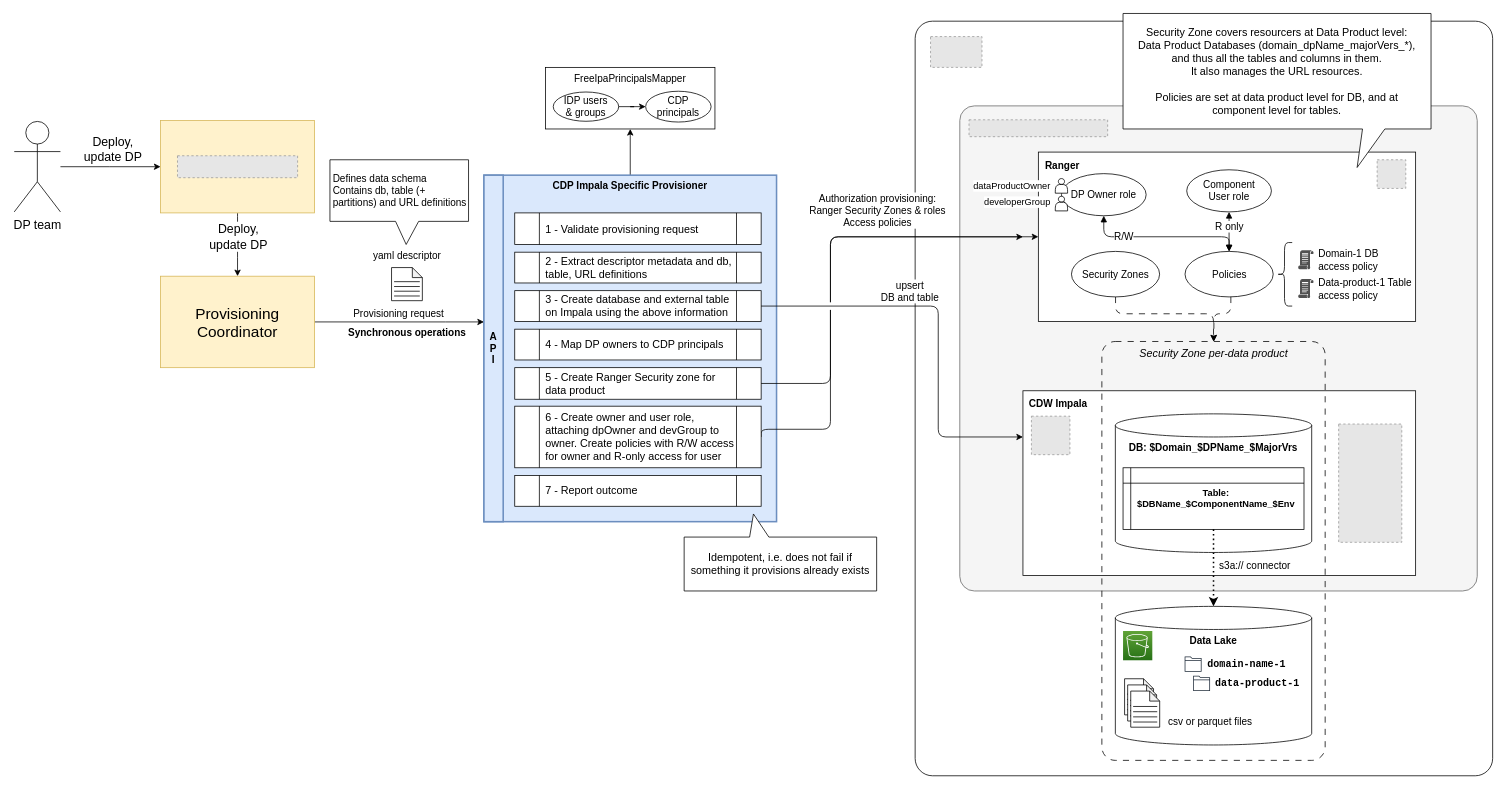
Earlier version of the draw.io diagram page "OP - Provisioning" (1 of 8) of docs/hld.drawio (agile-lab-dev/witboost-cdp-impala-specific-provisioner). Source tidied: cells renumbered, new cells numbered last; positions are measured from the earlier drawing's top-left corner, leaving out a move shared by most shapes. Both pictures are drawn from the tidied source at 77%, with x=0, y=0 at pixel (14, 13). Pictures stored in the file or linked from it are replaced by grey dashed boxes.
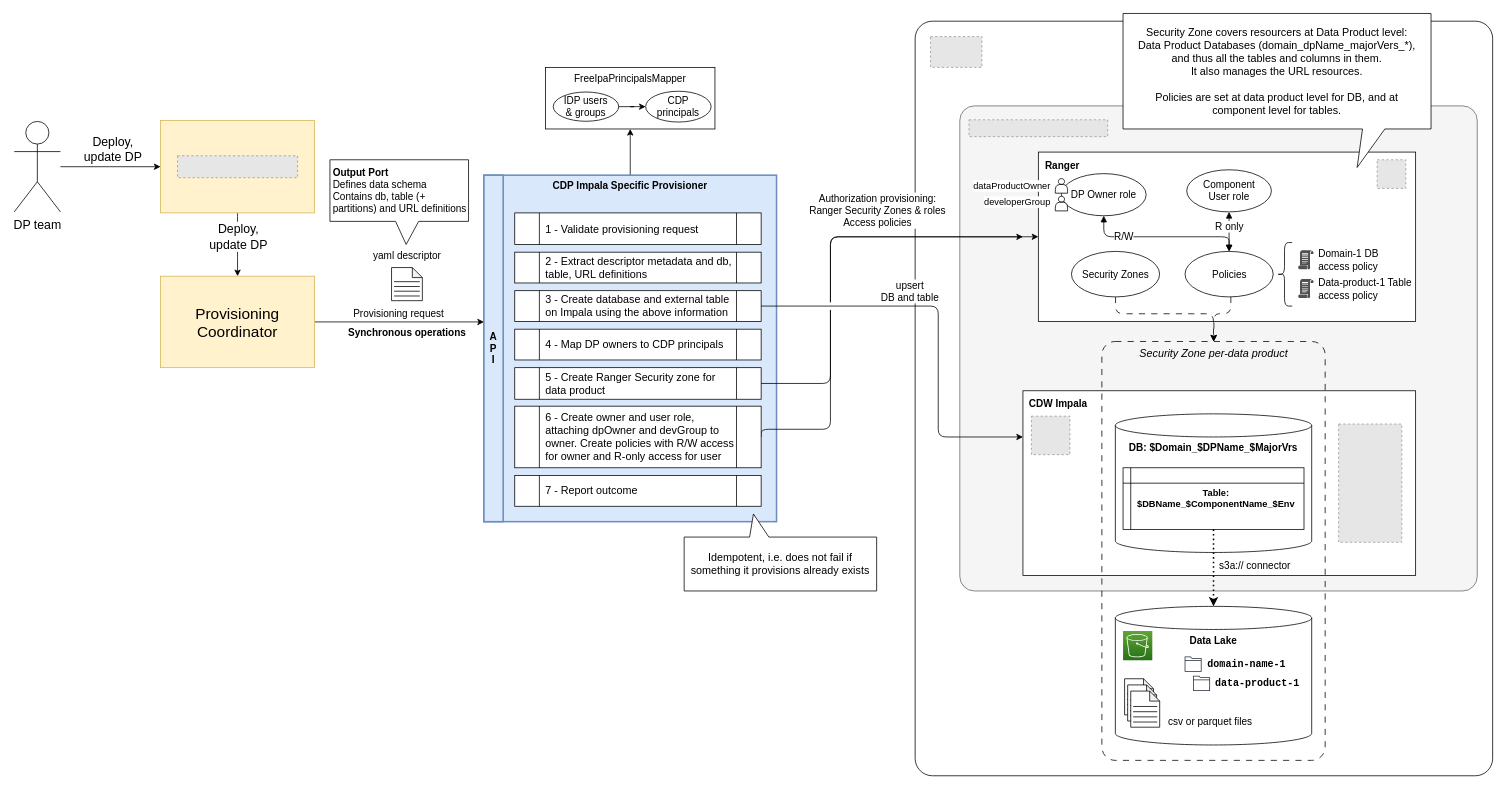
The same page after the edit.

Change to the diagram source:
```diff
@@
-    <mxCell id="55" value="Defines data schema&lt;br style=&quot;font-size: 13px;&quot;&gt;Contains db, table (+ partitions) and URL definitions" style="shape=callout;whiteSpace=wrap;html=1;perimeter=calloutPerimeter;flipH=1;spacing=4;size=30;position=0.36;position2=0.45;base=30;align=left;fontSize=13;" parent="1" vertex="1">
+    <mxCell id="55" value="&lt;b style=&quot;border-color: var(--border-color);&quot;&gt;Output Port&lt;br style=&quot;border-color: var(--border-color);&quot;&gt;&lt;/b&gt;Defines data schema&lt;br style=&quot;font-size: 13px;&quot;&gt;Contains db, table (+ partitions) and URL definitions" style="shape=callout;whiteSpace=wrap;html=1;perimeter=calloutPerimeter;flipH=1;spacing=4;size=30;position=0.36;position2=0.45;base=30;align=left;fontSize=13;" parent="1" vertex="1">
       <mxGeometry x="410" y="190" width="180" height="110" as="geometry" />
     </mxCell>
```
